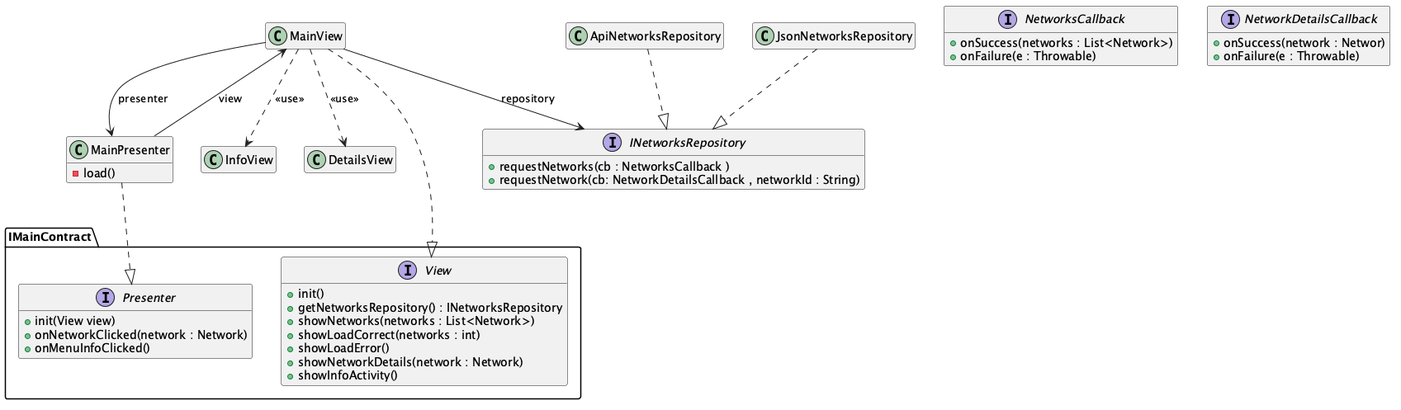
The PlantUML diagram Docs/Models/architecture.png in isunican/App-Bicis-Grupo3, before a commit.
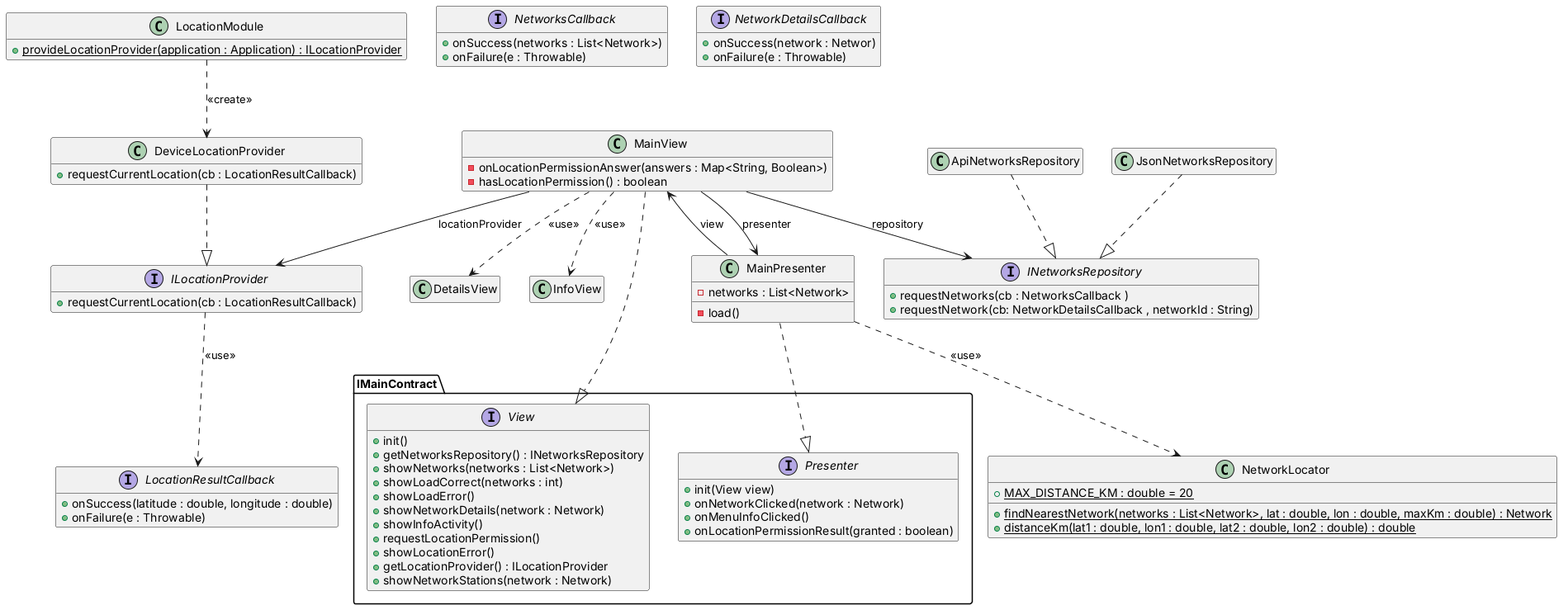
After the change.

Commit message:
Actualizar diagrama de arquitectura con la deteccion de ciudad

The edit, as a diff of the source:
```diff
@@ -12,10 +12,19 @@
 MainView ..> InfoView : <<use>>
 MainView ..> DetailsView : <<use>>
 
+MainView --> ILocationProvider : locationProvider
+DeviceLocationProvider ..|> ILocationProvider
+LocationModule ..> DeviceLocationProvider : <<create>>
+ILocationProvider ..> LocationResultCallback : <<use>>
+MainPresenter ..> NetworkLocator : <<use>>
+
 class MainView {
+    - onLocationPermissionAnswer(answers : Map<String, Boolean>)
+    - hasLocationPermission() : boolean
 }
 
 class MainPresenter {
+    - networks : List<Network>
     -load()
 }
 
@@ -23,6 +32,20 @@
 class DetailsView
 class ApiNetworksRepository
 class JsonNetworksRepository
+
+class NetworkLocator {
+    + {static} MAX_DISTANCE_KM : double = 20
+    + {static} findNearestNetwork(networks : List<Network>, lat : double, lon : double, maxKm : double) : Network
+    + {static} distanceKm(lat1 : double, lon1 : double, lat2 : double, lon2 : double) : double
+}
+
+class DeviceLocationProvider {
+    + requestCurrentLocation(cb : LocationResultCallback)
+}
+
+class LocationModule {
+    + {static} provideLocationProvider(application : Application) : ILocationProvider
+}
 
 interface IMainContract.View {
     + init()
@@ -32,12 +55,17 @@
     + showLoadError()
     + showNetworkDetails(network : Network)
     + showInfoActivity()
+    + requestLocationPermission()
+    + showLocationError()
+    + getLocationProvider() : ILocationProvider
+    + showNetworkStations(network : Network)
 }
 
 interface IMainContract.Presenter {
     + init(View view)
     + onNetworkClicked(network : Network)
     + onMenuInfoClicked()
+    + onLocationPermissionResult(granted : boolean)
 }
 
 interface INetworksRepository {
@@ -55,5 +83,14 @@
     + onFailure(e : Throwable)
 }
 
+interface ILocationProvider {
+    + requestCurrentLocation(cb : LocationResultCallback)
+}
+
+interface LocationResultCallback {
+    + onSuccess(latitude : double, longitude : double)
+    + onFailure(e : Throwable)
+}
+
 
 @enduml
```
